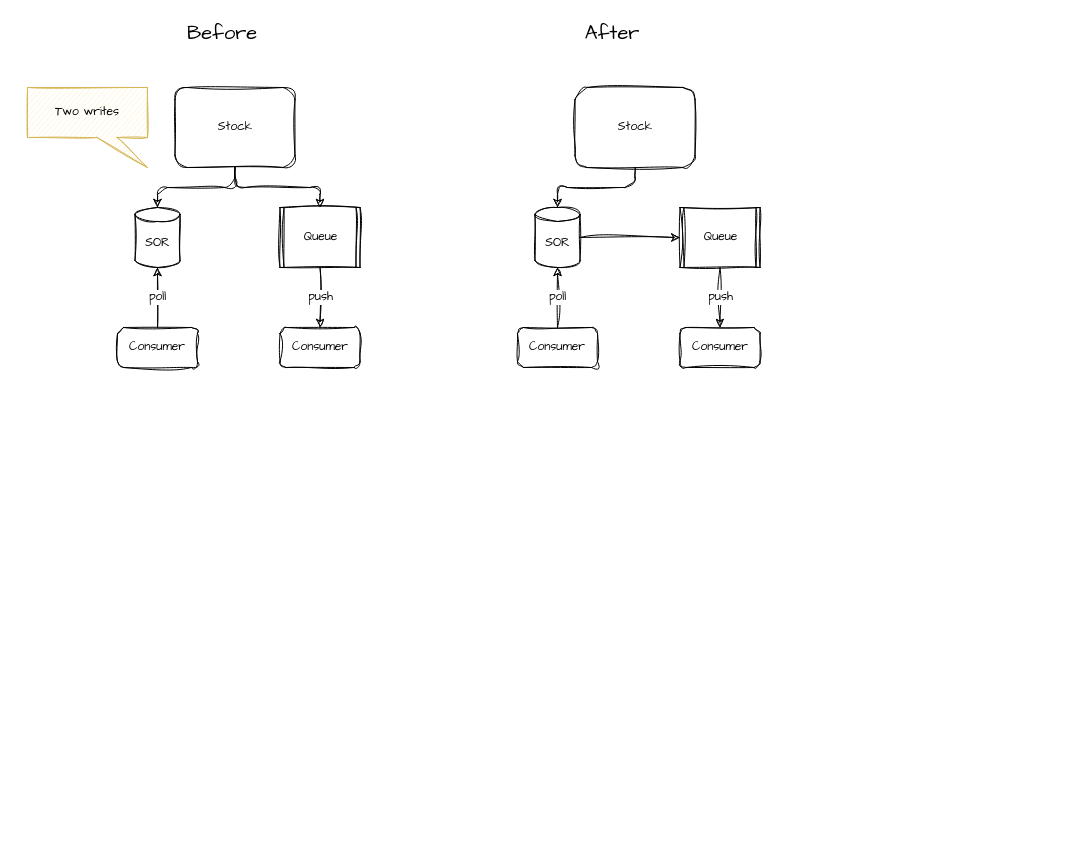
Above: 001_fragile_data_integrations/queue_coherence/diagram.drawio in codingconcepts/architecture-simplification (draw.io), before the change. Source tidied: cells renumbered, new cells numbered last; positions are measured from the earlier drawing's top-left corner, leaving out a move shared by most shapes. Both pictures are drawn from the tidied source at 100%, with x=0, y=0 at pixel (27, 17).
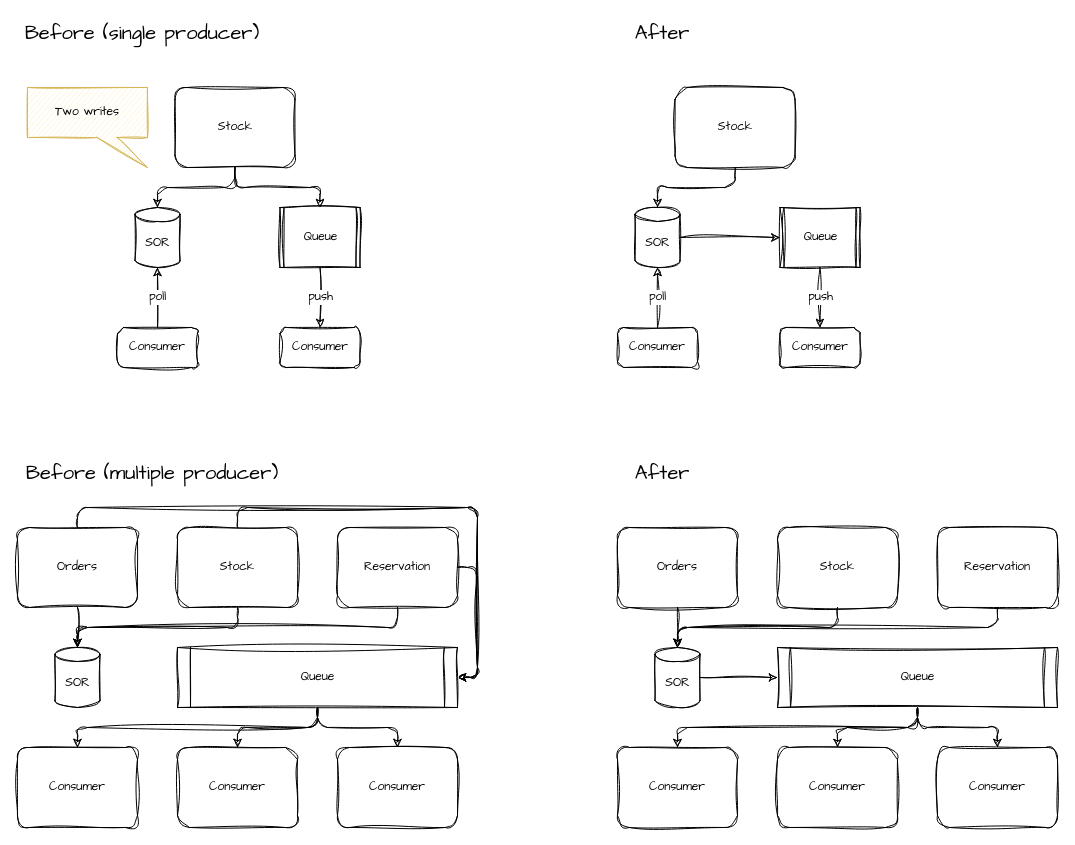
Above is the later version.

Commit message (it also covers changes not shown here):
feat: Working before and after etl

What changed in the source:
```diff
@@
-    <mxCell id="5" value="Before" style="text;html=1;strokeColor=none;fillColor=none;align=center;verticalAlign=middle;whiteSpace=wrap;rounded=0;sketch=1;fontFamily=Architects Daughter;fontSize=20;" parent="1" vertex="1">
-      <mxGeometry x="150" width="90" height="30" as="geometry" />
+    <mxCell id="5" value="Before (single producer)" style="text;html=1;strokeColor=none;fillColor=none;align=center;verticalAlign=middle;whiteSpace=wrap;rounded=0;sketch=1;fontFamily=Architects Daughter;fontSize=20;" parent="1" vertex="1">
+      <mxGeometry x="-10" width="250" height="30" as="geometry" />
     </mxCell>
@@
     <mxCell id="10" value="After" style="text;html=1;strokeColor=none;fillColor=none;align=center;verticalAlign=middle;whiteSpace=wrap;rounded=0;sketch=1;fontFamily=Architects Daughter;fontSize=20;" parent="1" vertex="1">
-      <mxGeometry x="545" width="80" height="30" as="geometry" />
+      <mxGeometry x="595" width="80" height="30" as="geometry" />
     </mxCell>
@@
     <mxCell id="14" value="Stock" style="rounded=1;whiteSpace=wrap;html=1;sketch=1;curveFitting=1;jiggle=2;fillColor=none;fontFamily=Architects Daughter;verticalAlign=middle;" parent="1" vertex="1">
-      <mxGeometry x="547.5" y="70" width="120" height="80" as="geometry" />
+      <mxGeometry x="647.5" y="70" width="120" height="80" as="geometry" />
     </mxCell>
@@
     <mxCell id="16" value="Queue" style="shape=process;whiteSpace=wrap;html=1;backgroundOutline=1;size=0.045454545454545456;sketch=1;curveFitting=1;jiggle=2;fontFamily=Architects Daughter;" parent="1" vertex="1">
-      <mxGeometry x="652.5" y="190" width="80" height="60" as="geometry" />
+      <mxGeometry x="752.5" y="190" width="80" height="60" as="geometry" />
     </mxCell>
     <mxCell id="17" value="Consumer" style="rounded=1;whiteSpace=wrap;html=1;sketch=1;curveFitting=1;jiggle=2;fillColor=none;fontFamily=Architects Daughter;verticalAlign=middle;" parent="1" vertex="1">
-      <mxGeometry x="652.5" y="310" width="80" height="40" as="geometry" />
+      <mxGeometry x="752.5" y="310" width="80" height="40" as="geometry" />
     </mxCell>
@@
     <mxCell id="19" value="SOR" style="shape=cylinder3;whiteSpace=wrap;html=1;boundedLbl=1;backgroundOutline=1;size=7;sketch=1;fontFamily=Architects Daughter;fillColor=none;" parent="1" vertex="1">
-      <mxGeometry x="507.5" y="190" width="45" height="60" as="geometry" />
+      <mxGeometry x="607.5" y="190" width="45" height="60" as="geometry" />
     </mxCell>
@@
     <mxCell id="21" value="Consumer" style="rounded=1;whiteSpace=wrap;html=1;sketch=1;curveFitting=1;jiggle=2;fillColor=none;fontFamily=Architects Daughter;verticalAlign=middle;" parent="1" vertex="1">
-      <mxGeometry x="490" y="310" width="80" height="40" as="geometry" />
+      <mxGeometry x="590" y="310" width="80" height="40" as="geometry" />
     </mxCell>
@@
+    <mxCell id="23" style="edgeStyle=orthogonalEdgeStyle;html=1;entryX=1;entryY=0.5;entryDx=0;entryDy=0;fontFamily=Architects Daughter;sketch=1;curveFitting=1;jiggle=2;" parent="1" edge="1" source="25" target="36">
+      <mxGeometry relative="1" as="geometry">
+        <Array as="points">
+          <mxPoint x="50" y="490" />
+          <mxPoint x="450" y="490" />
+          <mxPoint x="450" y="660" />
+        </Array>
+      </mxGeometry>
+    </mxCell>
+    <mxCell id="24" style="edgeStyle=orthogonalEdgeStyle;html=1;entryX=0.5;entryY=0;entryDx=0;entryDy=0;entryPerimeter=0;fontFamily=Architects Daughter;sketch=1;curveFitting=1;jiggle=2;" parent="1" edge="1" source="25" target="40">
+      <mxGeometry relative="1" as="geometry" />
+    </mxCell>
+    <mxCell id="25" value="Orders" style="rounded=1;whiteSpace=wrap;html=1;sketch=1;curveFitting=1;jiggle=2;fillColor=none;fontFamily=Architects Daughter;verticalAlign=middle;" parent="1" vertex="1">
+      <mxGeometry x="-10" y="510" width="120" height="80" as="geometry" />
+    </mxCell>
+    <mxCell id="26" style="edgeStyle=orthogonalEdgeStyle;html=1;fontFamily=Architects Daughter;entryX=1;entryY=0.5;entryDx=0;entryDy=0;exitX=0.5;exitY=0;exitDx=0;exitDy=0;sketch=1;curveFitting=1;jiggle=2;" parent="1" edge="1" source="28" target="36">
+      <mxGeometry relative="1" as="geometry">
+        <Array as="points">
+          <mxPoint x="210" y="490" />
+          <mxPoint x="450" y="490" />
+          <mxPoint x="450" y="660" />
+        </Array>
+      </mxGeometry>
+    </mxCell>
+    <mxCell id="27" style="edgeStyle=orthogonalEdgeStyle;html=1;exitX=0.5;exitY=1;exitDx=0;exitDy=0;entryX=0.5;entryY=0;entryDx=0;entryDy=0;entryPerimeter=0;fontFamily=Architects Daughter;sketch=1;curveFitting=1;jiggle=2;" parent="1" edge="1" source="28" target="40">
+      <mxGeometry relative="1" as="geometry" />
+    </mxCell>
+    <mxCell id="28" value="Stock" style="rounded=1;whiteSpace=wrap;html=1;sketch=1;curveFitting=1;jiggle=2;fillColor=none;fontFamily=Architects Daughter;shadow=0;glass=0;verticalAlign=middle;" parent="1" vertex="1">
+      <mxGeometry x="150" y="510" width="120" height="80" as="geometry" />
+    </mxCell>
+    <mxCell id="29" value="Before (multiple producer)" style="text;html=1;strokeColor=none;fillColor=none;align=center;verticalAlign=middle;whiteSpace=wrap;rounded=0;sketch=1;fontFamily=Architects Daughter;fontSize=20;" parent="1" vertex="1">
+      <mxGeometry x="-10" y="440" width="270" height="30" as="geometry" />
+    </mxCell>
+    <mxCell id="30" style="edgeStyle=orthogonalEdgeStyle;html=1;fontFamily=Architects Daughter;entryX=1;entryY=0.5;entryDx=0;entryDy=0;sketch=1;curveFitting=1;jiggle=2;" parent="1" edge="1" source="32" target="36">
+      <mxGeometry relative="1" as="geometry">
+        <Array as="points">
+          <mxPoint x="450" y="550" />
+          <mxPoint x="450" y="660" />
+        </Array>
+      </mxGeometry>
+    </mxCell>
+    <mxCell id="31" style="edgeStyle=orthogonalEdgeStyle;html=1;exitX=0.5;exitY=1;exitDx=0;exitDy=0;entryX=0.5;entryY=0;entryDx=0;entryDy=0;entryPerimeter=0;fontFamily=Architects Daughter;sketch=1;curveFitting=1;jiggle=2;" parent="1" edge="1" source="32" target="40">
+      <mxGeometry relative="1" as="geometry" />
+    </mxCell>
+    <mxCell id="32" value="Reservation" style="rounded=1;whiteSpace=wrap;html=1;sketch=1;curveFitting=1;jiggle=2;fillColor=none;fontFamily=Architects Daughter;shadow=0;glass=0;verticalAlign=middle;" parent="1" vertex="1">
+      <mxGeometry x="310" y="510" width="120" height="80" as="geometry" />
+    </mxCell>
+    <mxCell id="33" style="edgeStyle=orthogonalEdgeStyle;html=1;entryX=0.5;entryY=0;entryDx=0;entryDy=0;fontFamily=Architects Daughter;sketch=1;curveFitting=1;jiggle=2;" parent="1" edge="1" source="36" target="37">
+      <mxGeometry relative="1" as="geometry">
+        <Array as="points">
+          <mxPoint x="290" y="710" />
+          <mxPoint x="50" y="710" />
+        </Array>
+      </mxGeometry>
+    </mxCell>
+    <mxCell id="34" style="edgeStyle=orthogonalEdgeStyle;html=1;exitX=0.5;exitY=1;exitDx=0;exitDy=0;entryX=0.5;entryY=0;entryDx=0;entryDy=0;fontFamily=Architects Daughter;sketch=1;curveFitting=1;jiggle=2;" parent="1" edge="1" source="36" target="38">
+      <mxGeometry relative="1" as="geometry" />
+    </mxCell>
+    <mxCell id="35" style="edgeStyle=orthogonalEdgeStyle;html=1;entryX=0.5;entryY=0;entryDx=0;entryDy=0;fontFamily=Architects Daughter;sketch=1;curveFitting=1;jiggle=2;" parent="1" edge="1" source="36" target="39">
+      <mxGeometry relative="1" as="geometry" />
+    </mxCell>
+    <mxCell id="36" value="Queue" style="shape=process;whiteSpace=wrap;html=1;backgroundOutline=1;size=0.045454545454545456;sketch=1;curveFitting=1;jiggle=2;fontFamily=Architects Daughter;" parent="1" vertex="1">
+      <mxGeometry x="150" y="630" width="280" height="60" as="geometry" />
+    </mxCell>
+    <mxCell id="37" value="Consumer" style="rounded=1;whiteSpace=wrap;html=1;sketch=1;curveFitting=1;jiggle=2;fillColor=none;fontFamily=Architects Daughter;verticalAlign=middle;" parent="1" vertex="1">
+      <mxGeometry x="-10" y="730" width="120" height="80" as="geometry" />
+    </mxCell>
+    <mxCell id="38" value="Consumer" style="rounded=1;whiteSpace=wrap;html=1;sketch=1;curveFitting=1;jiggle=2;fillColor=none;fontFamily=Architects Daughter;verticalAlign=middle;" parent="1" vertex="1">
+      <mxGeometry x="150" y="730" width="120" height="80" as="geometry" />
+    </mxCell>
+    <mxCell id="39" value="Consumer" style="rounded=1;whiteSpace=wrap;html=1;sketch=1;curveFitting=1;jiggle=2;fillColor=none;fontFamily=Architects Daughter;verticalAlign=middle;" parent="1" vertex="1">
+      <mxGeometry x="310" y="730" width="120" height="80" as="geometry" />
+    </mxCell>
+    <mxCell id="40" value="SOR" style="shape=cylinder3;whiteSpace=wrap;html=1;boundedLbl=1;backgroundOutline=1;size=7;sketch=1;fontFamily=Architects Daughter;fillColor=none;" parent="1" vertex="1">
+      <mxGeometry x="27.5" y="630" width="45" height="60" as="geometry" />
+    </mxCell>
+    <mxCell id="41" style="edgeStyle=orthogonalEdgeStyle;html=1;entryX=0.5;entryY=0;entryDx=0;entryDy=0;entryPerimeter=0;fontFamily=Architects Daughter;sketch=1;curveFitting=1;jiggle=2;" parent="1" edge="1" source="42" target="56">
+      <mxGeometry relative="1" as="geometry" />
+    </mxCell>
+    <mxCell id="42" value="Orders" style="rounded=1;whiteSpace=wrap;html=1;sketch=1;curveFitting=1;jiggle=2;fillColor=none;fontFamily=Architects Daughter;verticalAlign=middle;" parent="1" vertex="1">
+      <mxGeometry x="590" y="510" width="120" height="80" as="geometry" />
+    </mxCell>
+    <mxCell id="43" style="edgeStyle=orthogonalEdgeStyle;html=1;exitX=0.5;exitY=1;exitDx=0;exitDy=0;entryX=0.5;entryY=0;entryDx=0;entryDy=0;entryPerimeter=0;fontFamily=Architects Daughter;sketch=1;curveFitting=1;jiggle=2;" parent="1" edge="1" source="44" target="56">
+      <mxGeometry relative="1" as="geometry" />
+    </mxCell>
+    <mxCell id="44" value="Stock" style="rounded=1;whiteSpace=wrap;html=1;sketch=1;curveFitting=1;jiggle=2;fillColor=none;fontFamily=Architects Daughter;shadow=0;glass=0;verticalAlign=middle;" parent="1" vertex="1">
+      <mxGeometry x="750" y="510" width="120" height="80" as="geometry" />
+    </mxCell>
+    <mxCell id="45" value="After" style="text;html=1;strokeColor=none;fillColor=none;align=center;verticalAlign=middle;whiteSpace=wrap;rounded=0;sketch=1;fontFamily=Architects Daughter;fontSize=20;" parent="1" vertex="1">
+      <mxGeometry x="590" y="440" width="90" height="30" as="geometry" />
+    </mxCell>
+    <mxCell id="46" style="edgeStyle=orthogonalEdgeStyle;html=1;exitX=0.5;exitY=1;exitDx=0;exitDy=0;entryX=0.5;entryY=0;entryDx=0;entryDy=0;entryPerimeter=0;fontFamily=Architects Daughter;sketch=1;curveFitting=1;jiggle=2;" parent="1" edge="1" source="47" target="56">
+      <mxGeometry relative="1" as="geometry" />
+    </mxCell>
+    <mxCell id="47" value="Reservation" style="rounded=1;whiteSpace=wrap;html=1;sketch=1;curveFitting=1;jiggle=2;fillColor=none;fontFamily=Architects Daughter;shadow=0;glass=0;verticalAlign=middle;" parent="1" vertex="1">
+      <mxGeometry x="910" y="510" width="120" height="80" as="geometry" />
+    </mxCell>
+    <mxCell id="48" style="edgeStyle=orthogonalEdgeStyle;html=1;entryX=0.5;entryY=0;entryDx=0;entryDy=0;fontFamily=Architects Daughter;sketch=1;curveFitting=1;jiggle=2;" parent="1" edge="1" source="51" target="52">
+      <mxGeometry relative="1" as="geometry">
+        <Array as="points">
+          <mxPoint x="890" y="710" />
+          <mxPoint x="650" y="710" />
+        </Array>
+      </mxGeometry>
+    </mxCell>
+    <mxCell id="49" style="edgeStyle=orthogonalEdgeStyle;html=1;exitX=0.5;exitY=1;exitDx=0;exitDy=0;entryX=0.5;entryY=0;entryDx=0;entryDy=0;fontFamily=Architects Daughter;sketch=1;curveFitting=1;jiggle=2;" parent="1" edge="1" source="51" target="53">
+      <mxGeometry relative="1" as="geometry" />
+    </mxCell>
+    <mxCell id="50" style="edgeStyle=orthogonalEdgeStyle;html=1;entryX=0.5;entryY=0;entryDx=0;entryDy=0;fontFamily=Architects Daughter;sketch=1;curveFitting=1;jiggle=2;" parent="1" edge="1" source="51" target="54">
+      <mxGeometry relative="1" as="geometry" />
+    </mxCell>
+    <mxCell id="51" value="Queue" style="shape=process;whiteSpace=wrap;html=1;backgroundOutline=1;size=0.045454545454545456;sketch=1;curveFitting=1;jiggle=2;fontFamily=Architects Daughter;" parent="1" vertex="1">
+      <mxGeometry x="750" y="630" width="280" height="60" as="geometry" />
+    </mxCell>
+    <mxCell id="52" value="Consumer" style="rounded=1;whiteSpace=wrap;html=1;sketch=1;curveFitting=1;jiggle=2;fillColor=none;fontFamily=Architects Daughter;verticalAlign=middle;" parent="1" vertex="1">
+      <mxGeometry x="590" y="730" width="120" height="80" as="geometry" />
+    </mxCell>
+    <mxCell id="53" value="Consumer" style="rounded=1;whiteSpace=wrap;html=1;sketch=1;curveFitting=1;jiggle=2;fillColor=none;fontFamily=Architects Daughter;verticalAlign=middle;" parent="1" vertex="1">
+      <mxGeometry x="750" y="730" width="120" height="80" as="geometry" />
+    </mxCell>
+    <mxCell id="54" value="Consumer" style="rounded=1;whiteSpace=wrap;html=1;sketch=1;curveFitting=1;jiggle=2;fillColor=none;fontFamily=Architects Daughter;verticalAlign=middle;" parent="1" vertex="1">
+      <mxGeometry x="910" y="730" width="120" height="80" as="geometry" />
+    </mxCell>
+    <mxCell id="55" style="edgeStyle=orthogonalEdgeStyle;html=1;entryX=0;entryY=0.5;entryDx=0;entryDy=0;fontFamily=Architects Daughter;sketch=1;curveFitting=1;jiggle=2;" parent="1" edge="1" source="56" target="51">
+      <mxGeometry relative="1" as="geometry" />
+    </mxCell>
+    <mxCell id="56" value="SOR" style="shape=cylinder3;whiteSpace=wrap;html=1;boundedLbl=1;backgroundOutline=1;size=7;sketch=1;fontFamily=Architects Daughter;fillColor=none;" parent="1" vertex="1">
+      <mxGeometry x="627.5" y="630" width="45" height="60" as="geometry" />
+    </mxCell>
```
